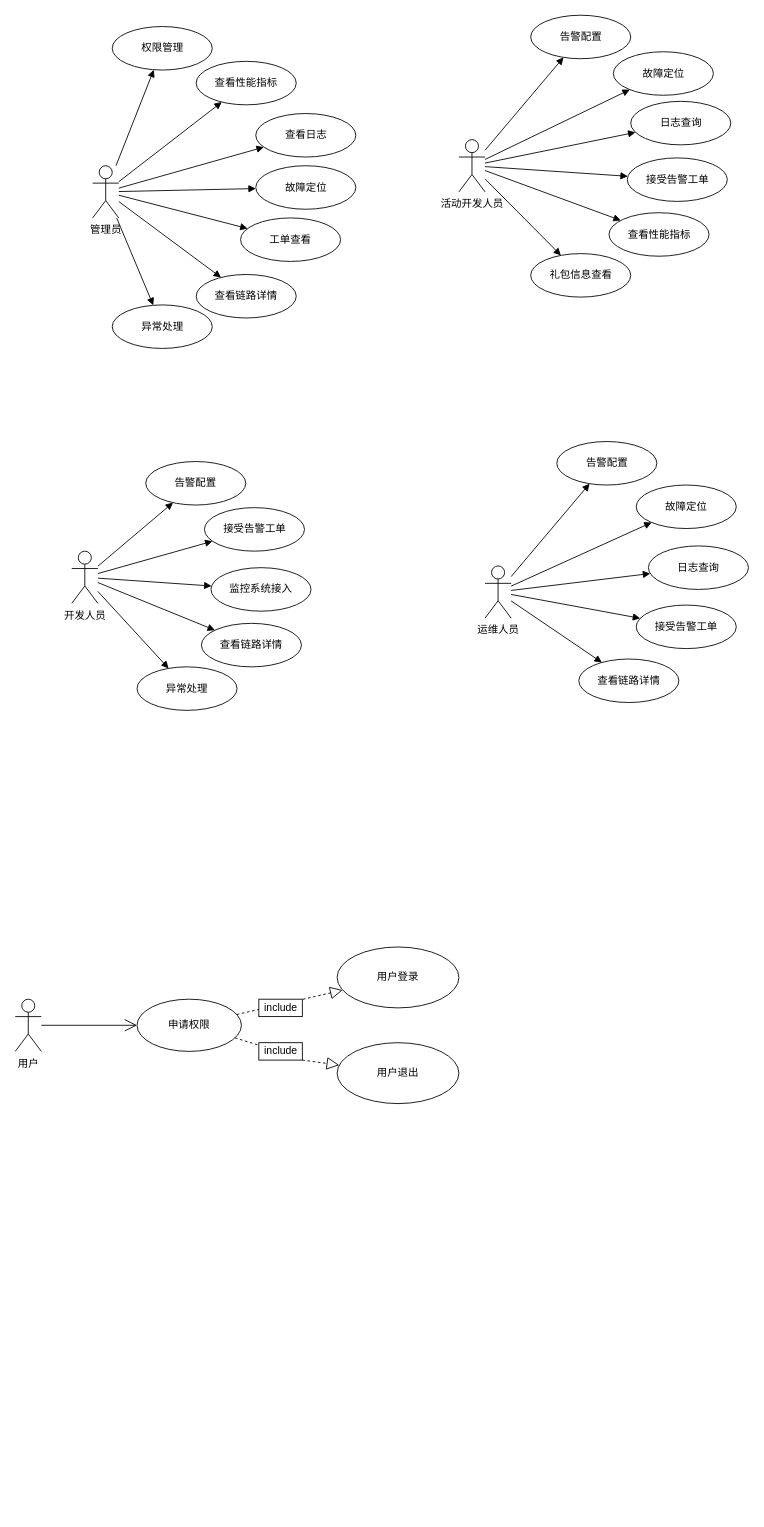
Above: 开题_系统功能需求分析.drawio in FelixTt/repositoryForDraw.io (draw.io), before the change. Source tidied: cells renumbered, new cells numbered last; positions are measured from the earlier drawing's top-left corner, leaving out a move shared by most shapes. Both pictures are drawn from the tidied source at 87%, with x=0, y=0 at pixel (15, 15).
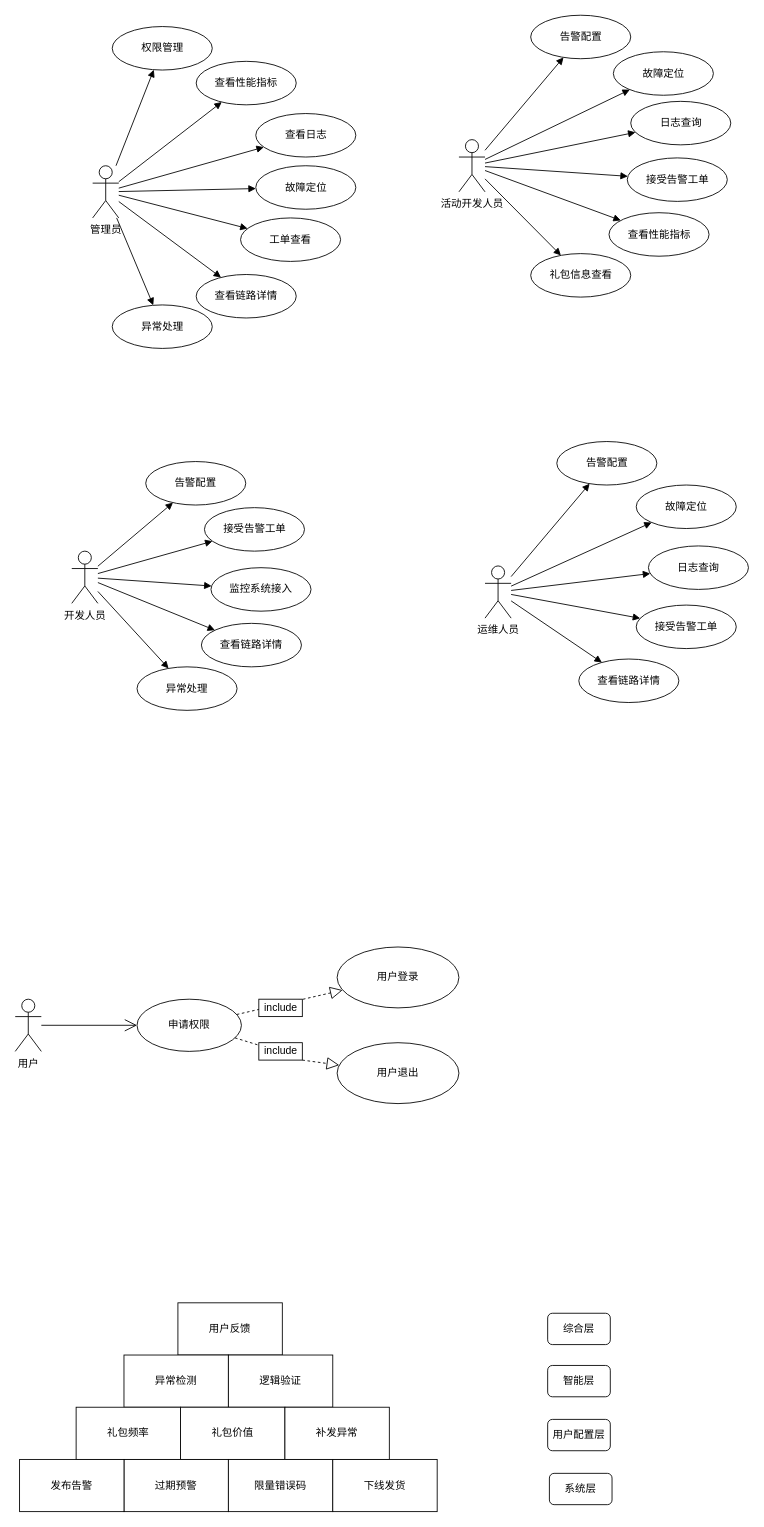
The same page after the edit.

Commit message:
Update 开题_系统功能需求分析.drawio

The edit, as a diff of the source:
```diff
@@
+    <mxCell id="63" value="用户反馈" style="rounded=0;whiteSpace=wrap;html=1;" parent="1" vertex="1">
+      <mxGeometry x="187" y="1480" width="120" height="60" as="geometry" />
+    </mxCell>
+    <mxCell id="64" value="异常检测" style="rounded=0;whiteSpace=wrap;html=1;" parent="1" vertex="1">
+      <mxGeometry x="125" y="1540" width="120" height="60" as="geometry" />
+    </mxCell>
+    <mxCell id="65" value="逻辑验证" style="rounded=0;whiteSpace=wrap;html=1;" parent="1" vertex="1">
+      <mxGeometry x="245" y="1540" width="120" height="60" as="geometry" />
+    </mxCell>
+    <mxCell id="66" value="礼包价值" style="rounded=0;whiteSpace=wrap;html=1;" parent="1" vertex="1">
+      <mxGeometry x="190" y="1600" width="120" height="60" as="geometry" />
+    </mxCell>
+    <mxCell id="67" value="礼包频率" style="rounded=0;whiteSpace=wrap;html=1;" parent="1" vertex="1">
+      <mxGeometry x="70" y="1600" width="120" height="60" as="geometry" />
+    </mxCell>
+    <mxCell id="68" value="补发异常" style="rounded=0;whiteSpace=wrap;html=1;" parent="1" vertex="1">
+      <mxGeometry x="310" y="1600" width="120" height="60" as="geometry" />
+    </mxCell>
+    <mxCell id="69" value="过期预警" style="rounded=0;whiteSpace=wrap;html=1;" parent="1" vertex="1">
+      <mxGeometry x="125" y="1660" width="120" height="60" as="geometry" />
+    </mxCell>
+    <mxCell id="70" value="发布告警" style="rounded=0;whiteSpace=wrap;html=1;" parent="1" vertex="1">
+      <mxGeometry x="5" y="1660" width="120" height="60" as="geometry" />
+    </mxCell>
+    <mxCell id="71" value="限量错误码" style="rounded=0;whiteSpace=wrap;html=1;" parent="1" vertex="1">
+      <mxGeometry x="245" y="1660" width="120" height="60" as="geometry" />
+    </mxCell>
+    <mxCell id="72" value="下线发货" style="rounded=0;whiteSpace=wrap;html=1;" parent="1" vertex="1">
+      <mxGeometry x="365" y="1660" width="120" height="60" as="geometry" />
+    </mxCell>
+    <mxCell id="73" value="系统层" style="rounded=1;whiteSpace=wrap;html=1;" parent="1" vertex="1">
+      <mxGeometry x="614" y="1676" width="72" height="36" as="geometry" />
+    </mxCell>
+    <mxCell id="74" value="用户配置层" style="rounded=1;whiteSpace=wrap;html=1;" parent="1" vertex="1">
+      <mxGeometry x="612" y="1614" width="72" height="36" as="geometry" />
+    </mxCell>
+    <mxCell id="75" value="智能层" style="rounded=1;whiteSpace=wrap;html=1;" parent="1" vertex="1">
+      <mxGeometry x="612" y="1552" width="72" height="36" as="geometry" />
+    </mxCell>
+    <mxCell id="76" value="综合层" style="rounded=1;whiteSpace=wrap;html=1;" parent="1" vertex="1">
+      <mxGeometry x="612" y="1492" width="72" height="36" as="geometry" />
+    </mxCell>
```
